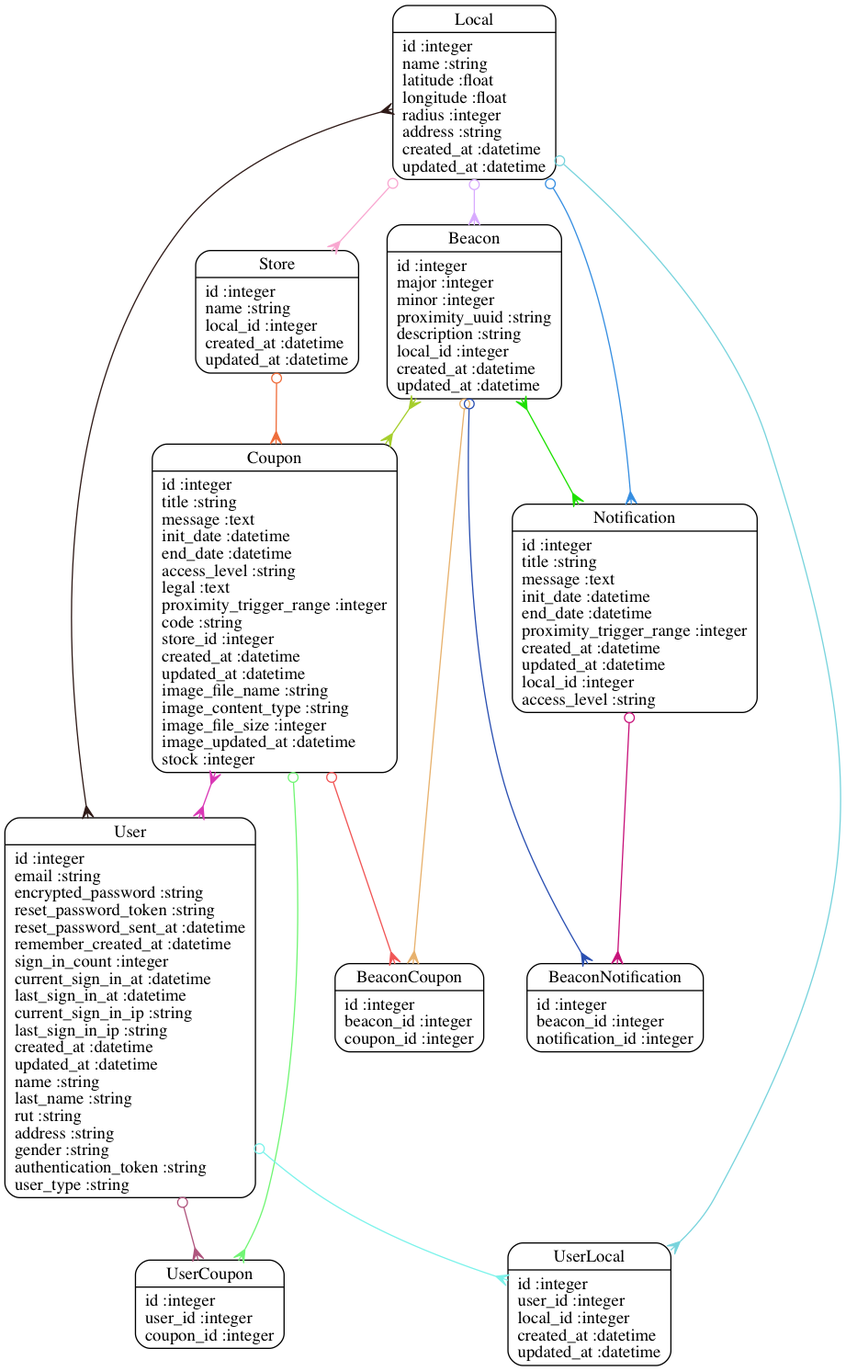
Earlier version of the Graphviz export models.png (mgomezb/CouponsAppRails). Its source is kept beside it as models.dot. Its diagram source:
```dot
digraph models_diagram {
	graph[overlap=false, splines=true]
	"Beacon" [shape=Mrecord, label="{Beacon|id :integer\lmajor :integer\lminor :integer\lproximity_uuid :string\ldescription :string\llocal_id :integer\lcreated_at :datetime\lupdated_at :datetime\l}"]
	"BeaconCoupon" [shape=Mrecord, label="{BeaconCoupon|id :integer\lbeacon_id :integer\lcoupon_id :integer\l}"]
	"BeaconNotification" [shape=Mrecord, label="{BeaconNotification|id :integer\lbeacon_id :integer\lnotification_id :integer\l}"]
	"Coupon" [shape=Mrecord, label="{Coupon|id :integer\ltitle :string\lmessage :text\linit_date :datetime\lend_date :datetime\laccess_level :string\llegal :text\lproximity_trigger_range :integer\lcode :string\lstore_id :integer\lcreated_at :datetime\lupdated_at :datetime\limage_file_name :string\limage_content_type :string\limage_file_size :integer\limage_updated_at :datetime\lstock :integer\l}"]
	"Local" [shape=Mrecord, label="{Local|id :integer\lname :string\llatitude :float\llongitude :float\lradius :integer\laddress :string\lcreated_at :datetime\lupdated_at :datetime\l}"]
	"Notification" [shape=Mrecord, label="{Notification|id :integer\ltitle :string\lmessage :text\linit_date :datetime\lend_date :datetime\lproximity_trigger_range :integer\lcreated_at :datetime\lupdated_at :datetime\llocal_id :integer\laccess_level :string\l}"]
	"Store" [shape=Mrecord, label="{Store|id :integer\lname :string\llocal_id :integer\lcreated_at :datetime\lupdated_at :datetime\l}"]
	"User" [shape=Mrecord, label="{User|id :integer\lemail :string\lencrypted_password :string\lreset_password_token :string\lreset_password_sent_at :datetime\lremember_created_at :datetime\lsign_in_count :integer\lcurrent_sign_in_at :datetime\llast_sign_in_at :datetime\lcurrent_sign_in_ip :string\llast_sign_in_ip :string\lcreated_at :datetime\lupdated_at :datetime\lname :string\llast_name :string\lrut :string\laddress :string\lgender :string\lauthentication_token :string\luser_type :string\l}"]
	"UserCoupon" [shape=Mrecord, label="{UserCoupon|id :integer\luser_id :integer\lcoupon_id :integer\l}"]
	"UserLocal" [shape=Mrecord, label="{UserLocal|id :integer\luser_id :integer\llocal_id :integer\lcreated_at :datetime\lupdated_at :datetime\l}"]
	"Beacon" -> "BeaconCoupon" [arrowtail=odot, arrowhead=crow, dir=both color="#E7B16D"]
	"Beacon" -> "Coupon" [arrowtail=crow, arrowhead=crow, dir=both color="#A5CE2C"]
	"Beacon" -> "BeaconNotification" [arrowtail=odot, arrowhead=crow, dir=both color="#2A4FB1"]
	"Beacon" -> "Notification" [arrowtail=crow, arrowhead=crow, dir=both color="#1DE001"]
	"Coupon" -> "UserCoupon" [arrowtail=odot, arrowhead=crow, dir=both color="#71F574"]
	"Coupon" -> "BeaconCoupon" [arrowtail=odot, arrowhead=crow, dir=both color="#F05555"]
	"Coupon" -> "User" [arrowtail=crow, arrowhead=crow, dir=both color="#D937B5"]
	"Local" -> "User" [arrowtail=crow, arrowhead=crow, dir=both color="#2F1A17"]
	"Local" -> "UserLocal" [arrowtail=odot, arrowhead=crow, dir=both color="#78D3DC"]
	"Local" -> "Beacon" [arrowtail=odot, arrowhead=crow, dir=both color="#D8ABFE"]
	"Local" -> "Store" [arrowtail=odot, arrowhead=crow, dir=both color="#F8A7D0"]
	"Local" -> "Notification" [arrowtail=odot, arrowhead=crow, dir=both color="#368EE1"]
	"Notification" -> "BeaconNotification" [arrowtail=odot, arrowhead=crow, dir=both color="#C7137A"]
	"Store" -> "Coupon" [arrowtail=odot, arrowhead=crow, dir=both color="#EE6C3A"]
	"User" -> "UserLocal" [arrowtail=odot, arrowhead=crow, dir=both color="#7CF2EA"]
	"User" -> "UserCoupon" [arrowtail=odot, arrowhead=crow, dir=both color="#AF557D"]
}
```
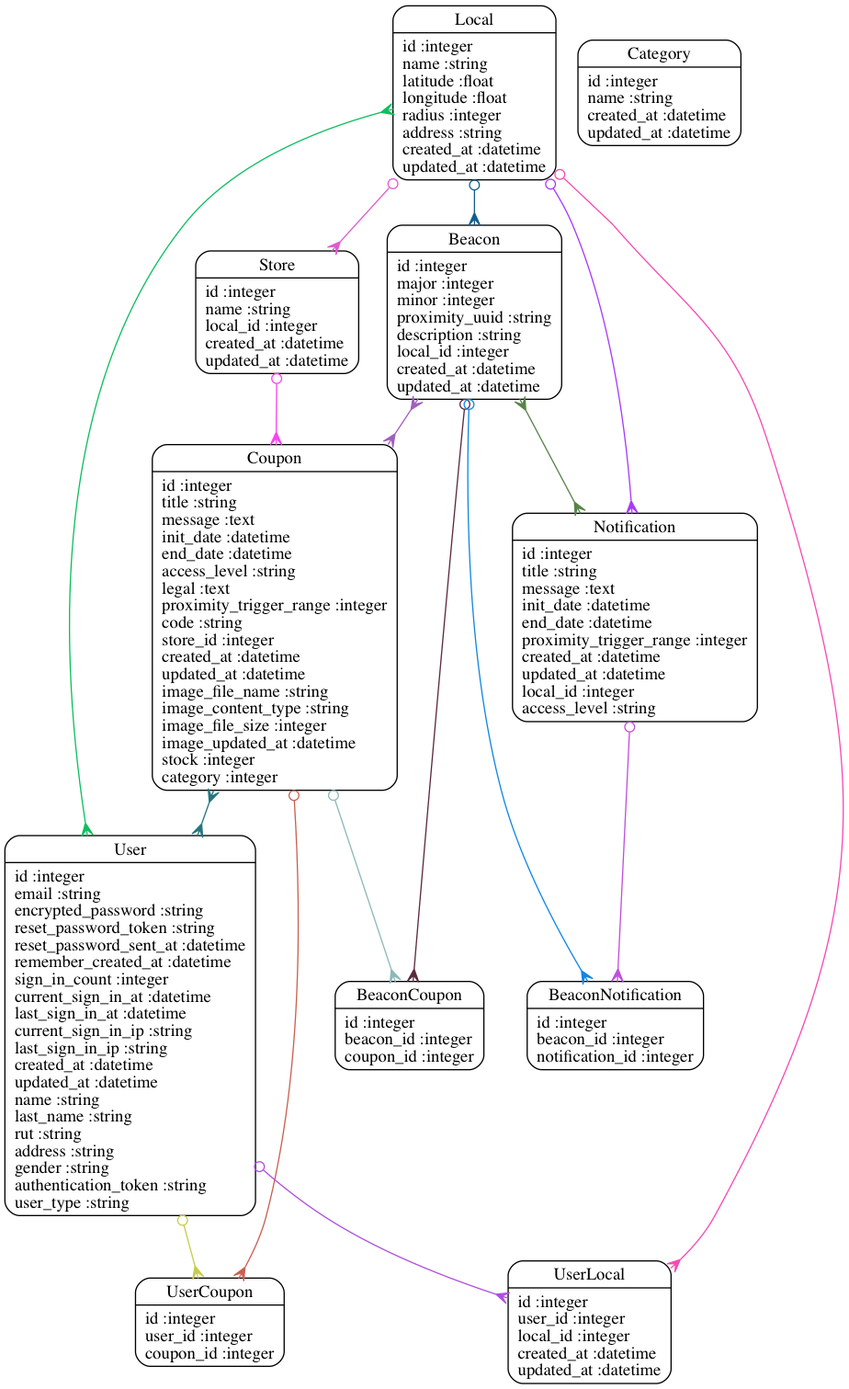
The same diagram one commit later.

Diff of the diagram source:
```diff
@@ -3,27 +3,28 @@
 	"Beacon" [shape=Mrecord, label="{Beacon|id :integer\lmajor :integer\lminor :integer\lproximity_uuid :string\ldescription :string\llocal_id :integer\lcreated_at :datetime\lupdated_at :datetime\l}"]
 	"BeaconCoupon" [shape=Mrecord, label="{BeaconCoupon|id :integer\lbeacon_id :integer\lcoupon_id :integer\l}"]
 	"BeaconNotification" [shape=Mrecord, label="{BeaconNotification|id :integer\lbeacon_id :integer\lnotification_id :integer\l}"]
-	"Coupon" [shape=Mrecord, label="{Coupon|id :integer\ltitle :string\lmessage :text\linit_date :datetime\lend_date :datetime\laccess_level :string\llegal :text\lproximity_trigger_range :integer\lcode :string\lstore_id :integer\lcreated_at :datetime\lupdated_at :datetime\limage_file_name :string\limage_content_type :string\limage_file_size :integer\limage_updated_at :datetime\lstock :integer\l}"]
+	"Category" [shape=Mrecord, label="{Category|id :integer\lname :string\lcreated_at :datetime\lupdated_at :datetime\l}"]
+	"Coupon" [shape=Mrecord, label="{Coupon|id :integer\ltitle :string\lmessage :text\linit_date :datetime\lend_date :datetime\laccess_level :string\llegal :text\lproximity_trigger_range :integer\lcode :string\lstore_id :integer\lcreated_at :datetime\lupdated_at :datetime\limage_file_name :string\limage_content_type :string\limage_file_size :integer\limage_updated_at :datetime\lstock :integer\lcategory :integer\l}"]
 	"Local" [shape=Mrecord, label="{Local|id :integer\lname :string\llatitude :float\llongitude :float\lradius :integer\laddress :string\lcreated_at :datetime\lupdated_at :datetime\l}"]
 	"Notification" [shape=Mrecord, label="{Notification|id :integer\ltitle :string\lmessage :text\linit_date :datetime\lend_date :datetime\lproximity_trigger_range :integer\lcreated_at :datetime\lupdated_at :datetime\llocal_id :integer\laccess_level :string\l}"]
 	"Store" [shape=Mrecord, label="{Store|id :integer\lname :string\llocal_id :integer\lcreated_at :datetime\lupdated_at :datetime\l}"]
 	"User" [shape=Mrecord, label="{User|id :integer\lemail :string\lencrypted_password :string\lreset_password_token :string\lreset_password_sent_at :datetime\lremember_created_at :datetime\lsign_in_count :integer\lcurrent_sign_in_at :datetime\llast_sign_in_at :datetime\lcurrent_sign_in_ip :string\llast_sign_in_ip :string\lcreated_at :datetime\lupdated_at :datetime\lname :string\llast_name :string\lrut :string\laddress :string\lgender :string\lauthentication_token :string\luser_type :string\l}"]
 	"UserCoupon" [shape=Mrecord, label="{UserCoupon|id :integer\luser_id :integer\lcoupon_id :integer\l}"]
 	"UserLocal" [shape=Mrecord, label="{UserLocal|id :integer\luser_id :integer\llocal_id :integer\lcreated_at :datetime\lupdated_at :datetime\l}"]
-	"Beacon" -> "BeaconCoupon" [arrowtail=odot, arrowhead=crow, dir=both color="#E7B16D"]
-	"Beacon" -> "Coupon" [arrowtail=crow, arrowhead=crow, dir=both color="#A5CE2C"]
-	"Beacon" -> "BeaconNotification" [arrowtail=odot, arrowhead=crow, dir=both color="#2A4FB1"]
-	"Beacon" -> "Notification" [arrowtail=crow, arrowhead=crow, dir=both color="#1DE001"]
-	"Coupon" -> "UserCoupon" [arrowtail=odot, arrowhead=crow, dir=both color="#71F574"]
-	"Coupon" -> "BeaconCoupon" [arrowtail=odot, arrowhead=crow, dir=both color="#F05555"]
-	"Coupon" -> "User" [arrowtail=crow, arrowhead=crow, dir=both color="#D937B5"]
-	"Local" -> "User" [arrowtail=crow, arrowhead=crow, dir=both color="#2F1A17"]
-	"Local" -> "UserLocal" [arrowtail=odot, arrowhead=crow, dir=both color="#78D3DC"]
-	"Local" -> "Beacon" [arrowtail=odot, arrowhead=crow, dir=both color="#D8ABFE"]
-	"Local" -> "Store" [arrowtail=odot, arrowhead=crow, dir=both color="#F8A7D0"]
-	"Local" -> "Notification" [arrowtail=odot, arrowhead=crow, dir=both color="#368EE1"]
-	"Notification" -> "BeaconNotification" [arrowtail=odot, arrowhead=crow, dir=both color="#C7137A"]
-	"Store" -> "Coupon" [arrowtail=odot, arrowhead=crow, dir=both color="#EE6C3A"]
-	"User" -> "UserLocal" [arrowtail=odot, arrowhead=crow, dir=both color="#7CF2EA"]
-	"User" -> "UserCoupon" [arrowtail=odot, arrowhead=crow, dir=both color="#AF557D"]
+	"Beacon" -> "BeaconCoupon" [arrowtail=odot, arrowhead=crow, dir=both color="#5B293F"]
+	"Beacon" -> "Coupon" [arrowtail=crow, arrowhead=crow, dir=both color="#A05FBD"]
+	"Beacon" -> "BeaconNotification" [arrowtail=odot, arrowhead=crow, dir=both color="#1186E2"]
+	"Beacon" -> "Notification" [arrowtail=crow, arrowhead=crow, dir=both color="#578349"]
+	"Coupon" -> "UserCoupon" [arrowtail=odot, arrowhead=crow, dir=both color="#C96050"]
+	"Coupon" -> "BeaconCoupon" [arrowtail=odot, arrowhead=crow, dir=both color="#8EB7B7"]
+	"Coupon" -> "User" [arrowtail=crow, arrowhead=crow, dir=both color="#25757E"]
+	"Local" -> "User" [arrowtail=crow, arrowhead=crow, dir=both color="#0DBE5F"]
+	"Local" -> "UserLocal" [arrowtail=odot, arrowhead=crow, dir=both color="#F54AB5"]
+	"Local" -> "Beacon" [arrowtail=odot, arrowhead=crow, dir=both color="#125E8C"]
+	"Local" -> "Store" [arrowtail=odot, arrowhead=crow, dir=both color="#DE5CCD"]
+	"Local" -> "Notification" [arrowtail=odot, arrowhead=crow, dir=both color="#A739FB"]
+	"Notification" -> "BeaconNotification" [arrowtail=odot, arrowhead=crow, dir=both color="#C04FDC"]
+	"Store" -> "Coupon" [arrowtail=odot, arrowhead=crow, dir=both color="#F744F2"]
+	"User" -> "UserLocal" [arrowtail=odot, arrowhead=crow, dir=both color="#AE4FDF"]
+	"User" -> "UserCoupon" [arrowtail=odot, arrowhead=crow, dir=both color="#C8CB4D"]
 }
```
